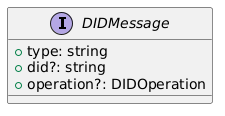
Above: docs/modules/ROOT/images/did-message-interface-diagram.png in Swiss-Digital-Assets-Institute/public-did-sdk-js (PlantUML), before the change. Its diagram source:
```plantuml
@startuml
interface DIDMessage {
  + type: string
  + did?: string
  + operation?: DIDOperation
}
@enduml
```
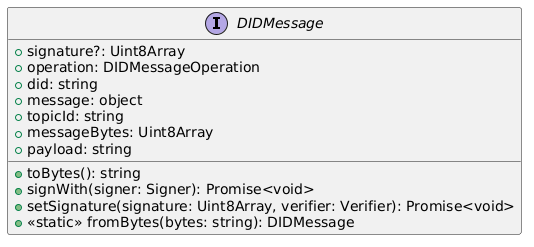
Later version of the same file.

What changed in the source:
```diff
@@ -1,7 +1,15 @@
 @startuml
 interface DIDMessage {
-  + type: string
-  + did?: string
-  + operation?: DIDOperation
-}
+        +signature?: Uint8Array
+        +operation: DIDMessageOperation
+        +did: string
+        +message: object
+        +topicId: string
+        +messageBytes: Uint8Array
+        +payload: string
+        +toBytes(): string
+        +signWith(signer: Signer): Promise<void>
+        +setSignature(signature: Uint8Array, verifier: Verifier): Promise<void>
+        +<<static>> fromBytes(bytes: string): DIDMessage
+    }
 @enduml
```
